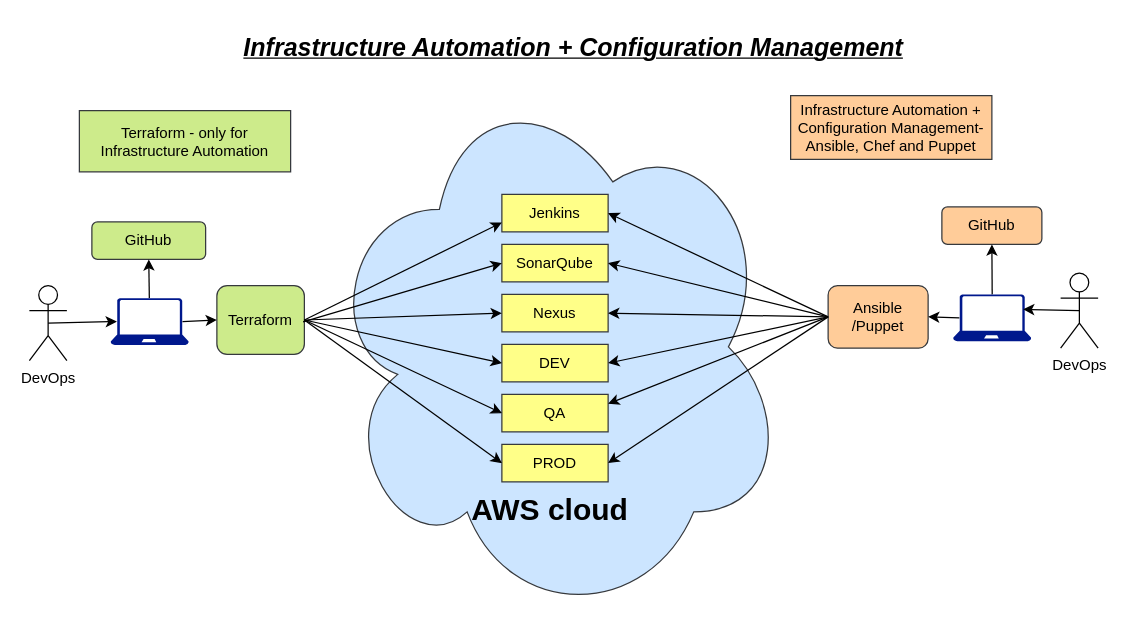
Above: page "IAC" (1 of 4) of Infra As a Code.drawio in akannan1087/aws_devops (draw.io), before the change. Source tidied: cells renumbered, new cells numbered last; positions are measured from the earlier drawing's top-left corner, leaving out a move shared by most shapes. Both pictures are drawn from the tidied source at 125%, with x=0, y=0 at pixel (29, 21).
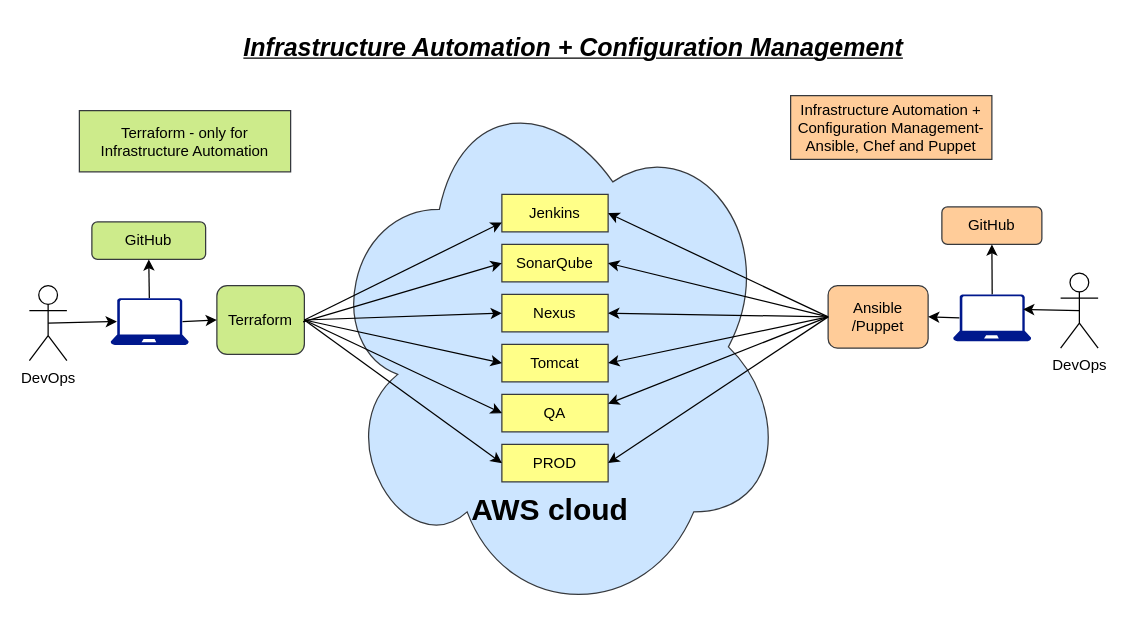
After the change.

What changed in the source:
```diff
@@
-    <mxCell id="14" value="DEV" style="rounded=0;whiteSpace=wrap;html=1;fillColor=#ffff88;strokeColor=#36393d;" parent="1" vertex="1">
+    <mxCell id="14" value="Tomcat" style="rounded=0;whiteSpace=wrap;html=1;fillColor=#ffff88;strokeColor=#36393d;" parent="1" vertex="1">
       <mxGeometry x="378" y="258" width="85" height="30" as="geometry" />
     </mxCell>
```
